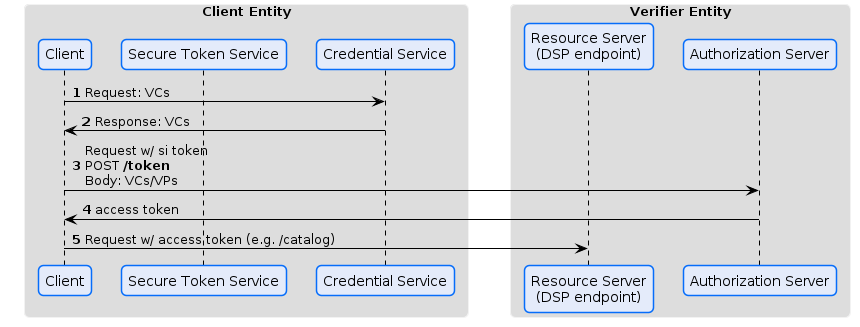
Before: specifications/M1/auth.flow.token_exchange.png, a diagram exported from PlantUML (matgnt/identity-trust).
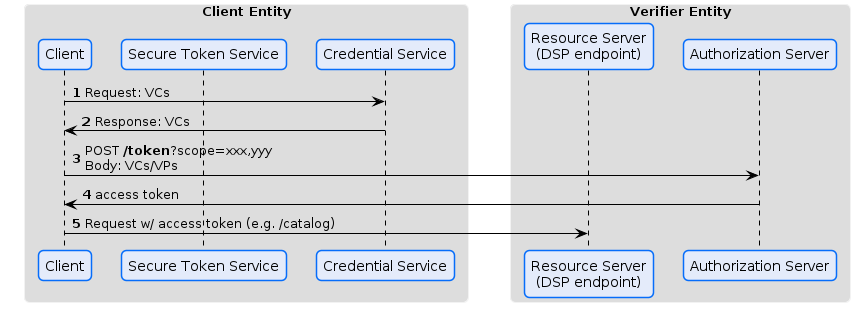
Above is the later version.

Commit message:
Token Exhcnage Issuing

Change to the diagram source:
```diff
@@ -92,7 +92,7 @@
 C -> CS: Request: VCs
 CS -> C: Response: VCs
 
-C-> AS: Request w/ si token\nPOST <b>/token</b>\nBody: VCs/VPs
+C-> AS: POST <b>/token</b>?scope=xxx,yyy\nBody: VCs/VPs
 AS -> C: access token
 
 C -> RS: Request w/ access token (e.g. /catalog)
```
